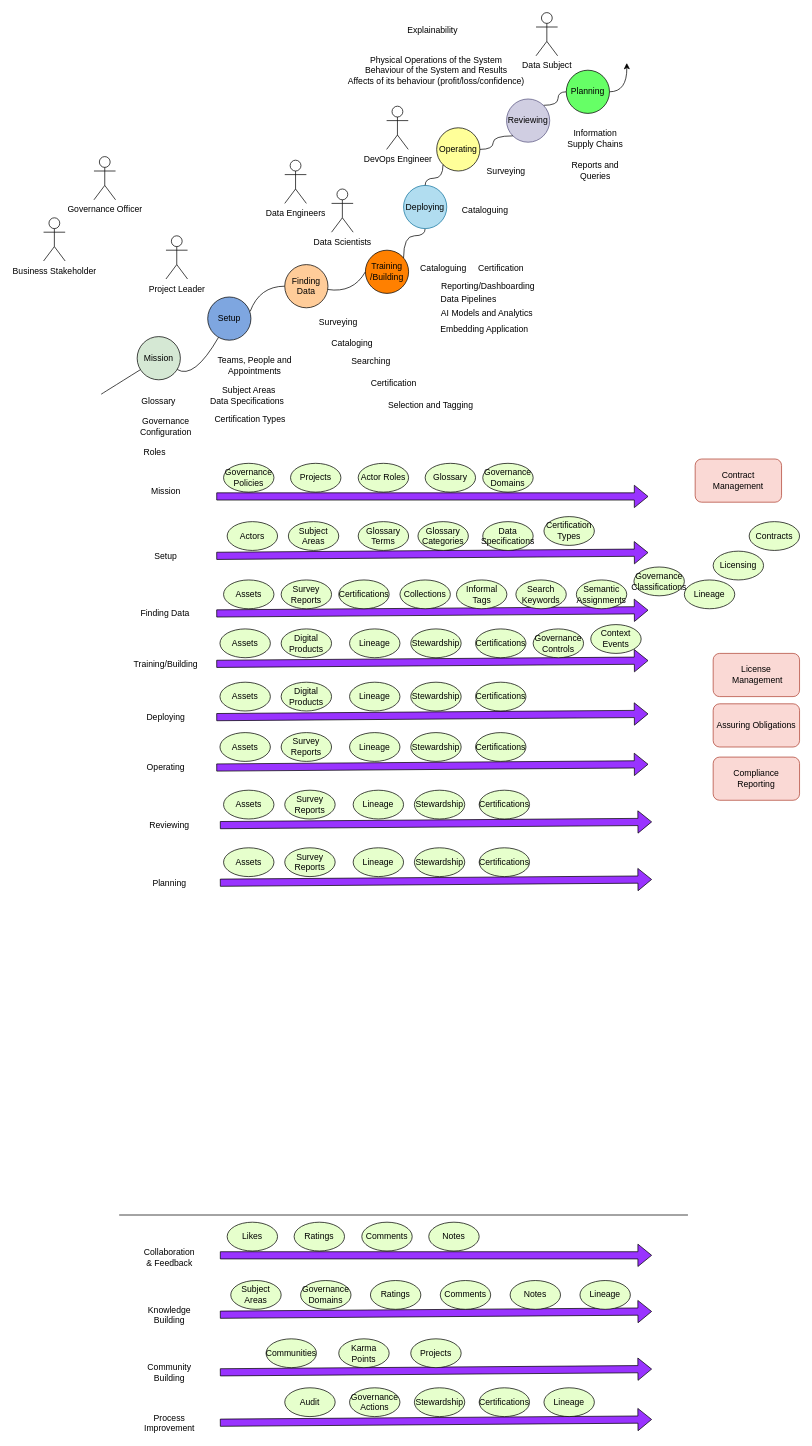
This is site/docs/governance-solutions/data-and-ai-lifecycle-management/data-and-ai-lifecycle-management.drawio from odpi/egeria-docs, a draw.io file, before an edit. Source tidied: cells renumbered, new cells numbered last; positions are measured from the earlier drawing's top-left corner, leaving out a move shared by most shapes. Both pictures are drawn from the tidied source at 72%, with x=0, y=0 at pixel (43, 12).
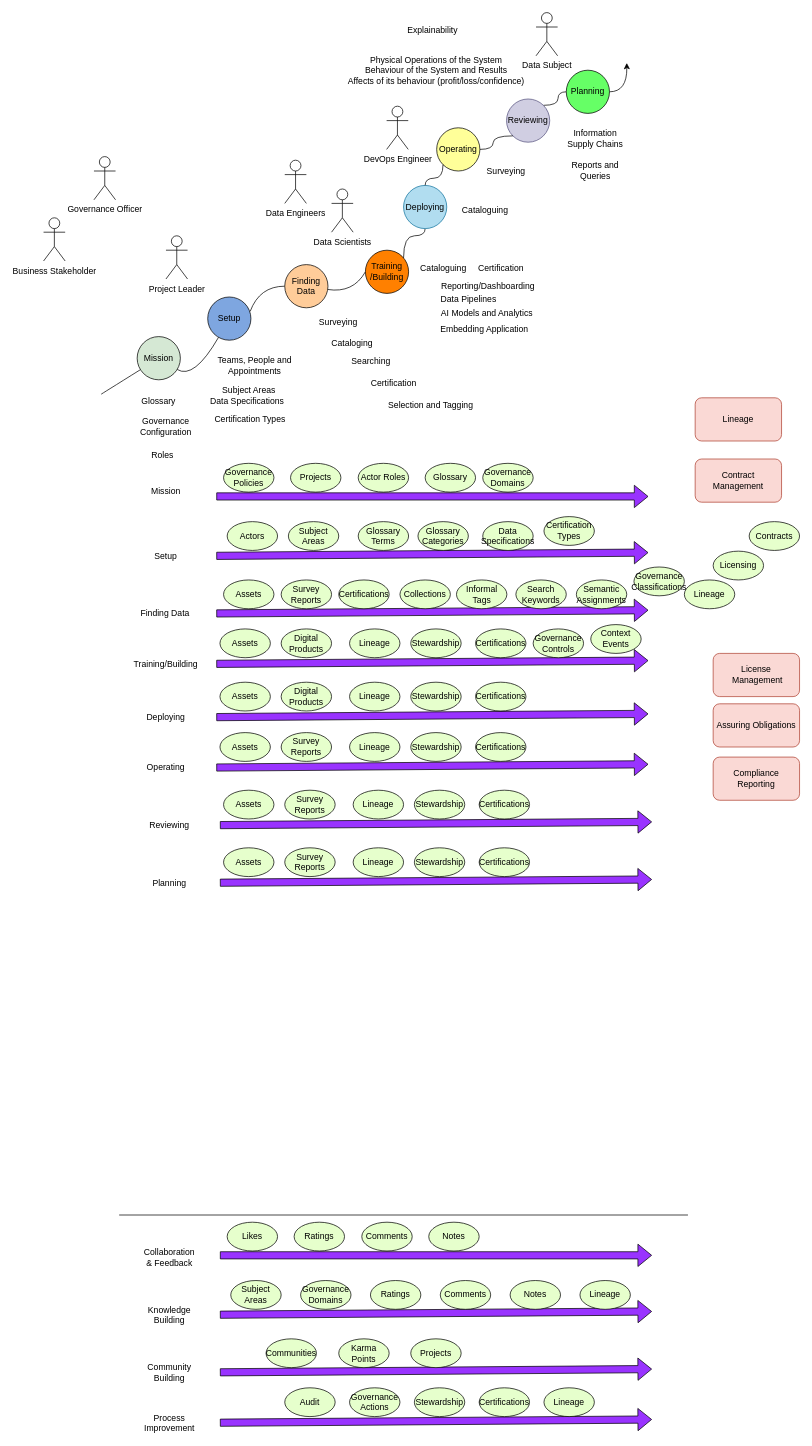
Above is the later version.

Commit message (it also covers changes not shown here):
Update solution component type UML diagram

Diff of the diagram source:
```diff
@@
     <mxCell id="49" value="Roles" style="text;html=1;align=center;verticalAlign=middle;strokeColor=none;fillColor=none;" parent="1" vertex="1">
-      <mxGeometry x="129" y="596" width="50" height="30" as="geometry" />
+      <mxGeometry x="139.5" y="600" width="50" height="30" as="geometry" />
     </mxCell>
@@
+    <mxCell id="146" value="Lineage" style="rounded=1;whiteSpace=wrap;html=1;fillColor=#fad9d5;strokeColor=#ae4132;" parent="1" vertex="1">
+      <mxGeometry x="905" y="535" width="120" height="60" as="geometry" />
+    </mxCell>
```
